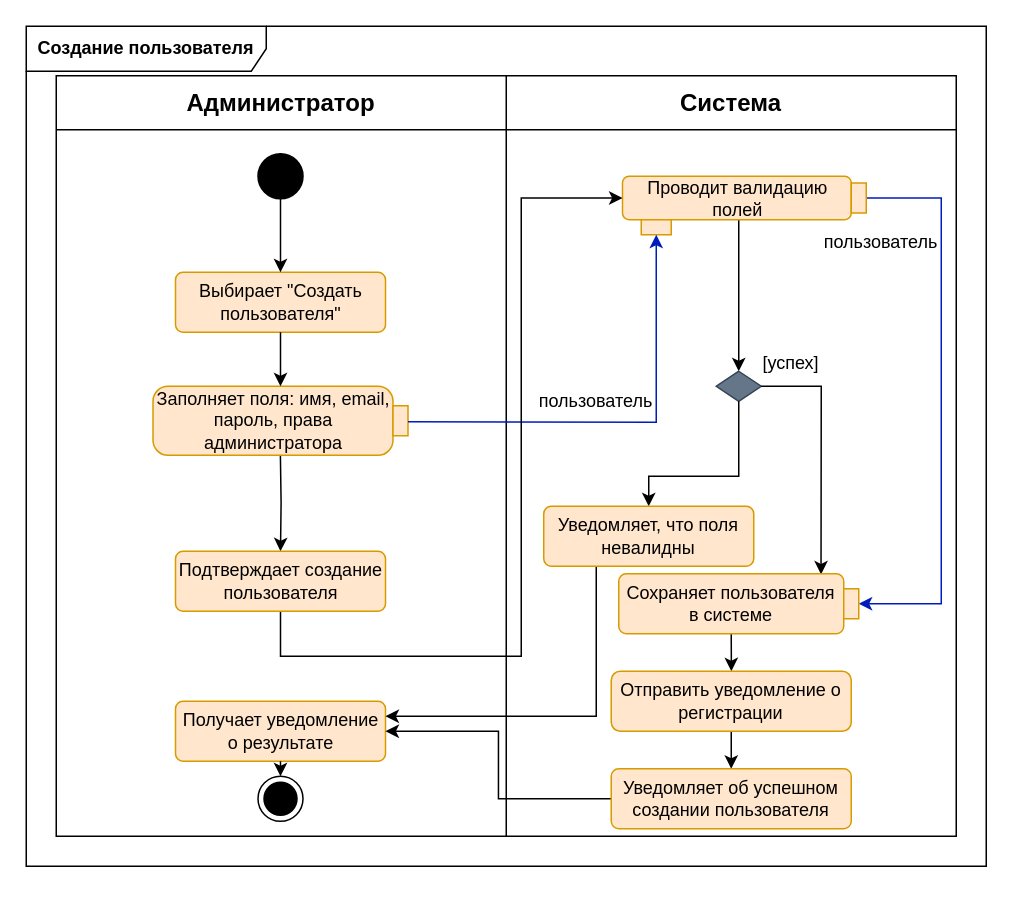
The draw.io diagram docs/raw_diagrams/create_user.drawio in aVorotnikov/thunder_board, before the edit. Source tidied: cells renumbered, new cells numbered last; positions are measured from the earlier drawing's top-left corner, leaving out a move shared by most shapes. Both pictures are drawn from the tidied source at 150%, with x=0, y=0 at pixel (26, 26).
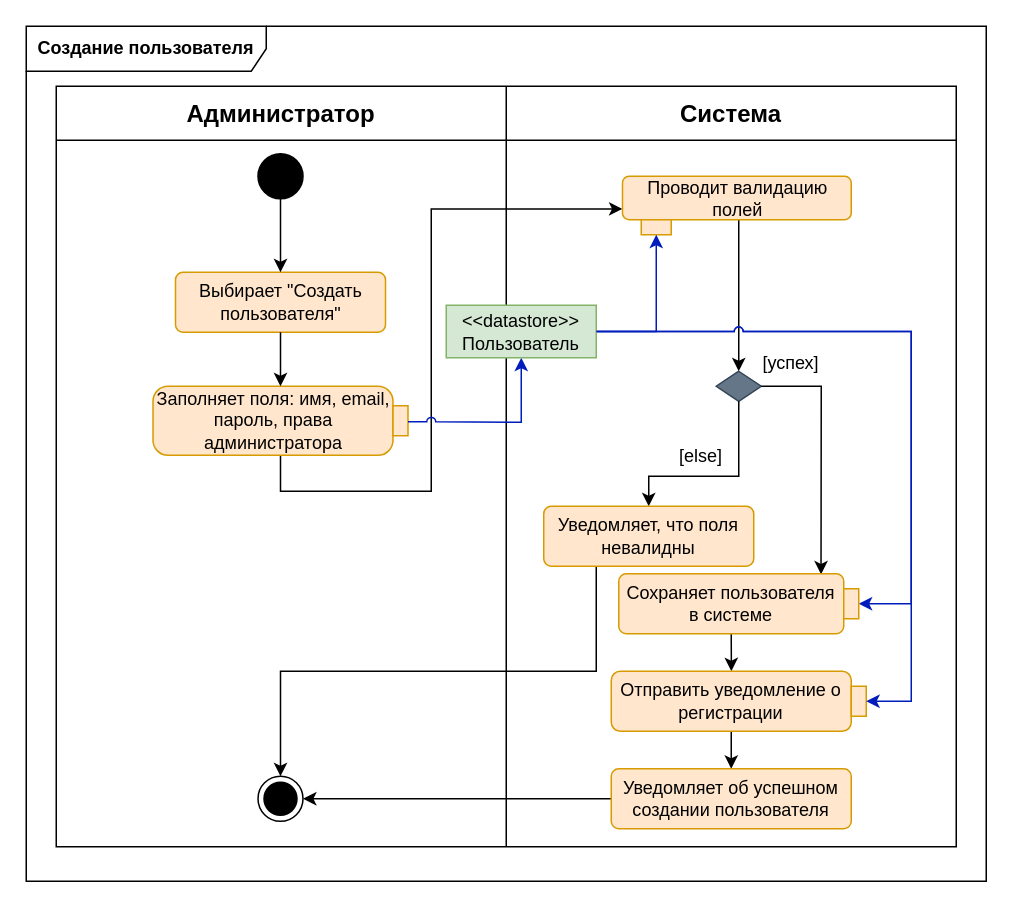
The same page after the edit.

Unchanged cells that the change refers to:
```xml
<mxCell id="11" style="ellipse;html=1;shape=endState;fillColor=strokeColor;" parent="2" vertex="1">
  <mxGeometry x="154.5" y="500" width="30" height="30" as="geometry" />
</mxCell>
<mxCell id="13" value="Заполняет поля: имя, email, пароль, права администратора" style="shape=mxgraph.uml25.action;html=1;align=center;verticalAlign=middle;absoluteArcSize=1;arcSize=10;dashed=0;spacingRight=10;whiteSpace=wrap;fillColor=#ffe6cc;strokeColor=#d79b00;" parent="2" vertex="1">
  <mxGeometry x="84.5" y="240" width="170" height="46" as="geometry" />
</mxCell>
<mxCell id="15" value="Проводит валидацию полей " style="rounded=1;whiteSpace=wrap;html=1;fillColor=#ffe6cc;strokeColor=#d79b00;" parent="2" vertex="1">
  <mxGeometry x="397.5" y="100" width="152.5" height="29" as="geometry" />
</mxCell>
<mxCell id="16" style="rounded=0;whiteSpace=wrap;html=1;fillColor=#ffe6cc;strokeColor=#d79b00;" parent="2" vertex="1">
  <mxGeometry x="410" y="129" width="20" height="10" as="geometry" />
</mxCell>
<mxCell id="37" value="Уведомляет, что поля невалидны" style="html=1;align=center;verticalAlign=middle;rounded=1;absoluteArcSize=1;arcSize=10;dashed=0;whiteSpace=wrap;fillColor=#ffe6cc;strokeColor=#d79b00;" parent="2" vertex="1">
  <mxGeometry x="345" y="320" width="140" height="40" as="geometry" />
</mxCell>
<mxCell id="40" value="Уведомляет об успешном создании пользователя" style="html=1;align=center;verticalAlign=middle;rounded=1;absoluteArcSize=1;arcSize=10;dashed=0;whiteSpace=wrap;fillColor=#ffe6cc;strokeColor=#d79b00;" parent="2" vertex="1">
  <mxGeometry x="390" y="495" width="160" height="40" as="geometry" />
</mxCell>
<mxCell id="41" style="rounded=0;whiteSpace=wrap;html=1;fillColor=#ffe6cc;strokeColor=#d79b00;rotation=-90;" parent="2" vertex="1">
  <mxGeometry x="540" y="380" width="20" height="10" as="geometry" />
</mxCell>
```

Change to the diagram source:
```diff
@@
     <mxCell id="2" value="&lt;b&gt;Создание пользователя&lt;br&gt;&lt;/b&gt;" style="shape=umlFrame;whiteSpace=wrap;html=1;width=160;" parent="1" vertex="1">
-      <mxGeometry width="640" height="560" as="geometry" />
+      <mxGeometry width="640" height="570" as="geometry" />
     </mxCell>
     <mxCell id="3" style="shape=table;startSize=0;childLayout=tableLayout;fontSize=16;" parent="2" vertex="1">
-      <mxGeometry x="20" y="33" width="600" height="507" as="geometry" />
+      <mxGeometry x="20" y="40" width="600" height="507" as="geometry" />
     </mxCell>
@@
-    <mxCell id="12" style="edgeStyle=orthogonalEdgeStyle;rounded=0;jettySize=auto;html=1;entryX=0.5;entryY=0;entryDx=0;entryDy=0;" parent="2" edge="1" target="33">
-      <mxGeometry relative="1" as="geometry">
-        <mxPoint x="169.4" y="284.2" as="sourcePoint" />
-      </mxGeometry>
-    </mxCell>
+    <mxCell id="42" style="edgeStyle=orthogonalEdgeStyle;rounded=0;jettySize=auto;html=1;entryX=0;entryY=0.75;entryDx=0;entryDy=0;" parent="2" edge="1" source="13" target="15">
+      <mxGeometry relative="1" as="geometry">
+        <Array as="points">
+          <mxPoint x="170" y="310" />
+          <mxPoint x="270" y="310" />
+          <mxPoint x="270" y="122" />
+        </Array>
+      </mxGeometry>
+    </mxCell>
@@
-    <mxCell id="17" style="endArrow=classic;html=1;rounded=0;entryX=0.5;entryY=1;entryDx=0;entryDy=0;exitX=1;exitY=0.514;exitDx=0;exitDy=0;exitPerimeter=0;fillColor=#0050ef;strokeColor=#001DBC;" parent="2" edge="1" source="13" target="16">
+    <mxCell id="17" style="endArrow=classic;html=1;rounded=0;entryX=0.5;entryY=1;entryDx=0;entryDy=0;exitX=1;exitY=0.514;exitDx=0;exitDy=0;exitPerimeter=0;fillColor=#0050ef;strokeColor=#001DBC;jumpStyle=arc;" parent="2" edge="1" source="13" target="45">
       <mxGeometry relative="1" as="geometry">
         <Array as="points">
-          <mxPoint x="420" y="264" />
+          <mxPoint x="330" y="264" />
         </Array>
       </mxGeometry>
     </mxCell>
@@
-    <mxCell id="25" value="пользователь" style="text;html=1;strokeColor=none;fillColor=none;align=center;verticalAlign=middle;whiteSpace=wrap;rounded=0;" parent="2" vertex="1">
-      <mxGeometry x="350" y="235" width="60" height="30" as="geometry" />
-    </mxCell>
-    <mxCell id="26" style="edgeStyle=orthogonalEdgeStyle;rounded=0;jettySize=auto;html=1;entryX=0.5;entryY=1;entryDx=0;entryDy=0;fillColor=#0050ef;strokeColor=#001DBC;" parent="2" edge="1" source="27" target="41">
+    <mxCell id="26" style="edgeStyle=orthogonalEdgeStyle;rounded=0;jettySize=auto;html=1;entryX=0.5;entryY=1;entryDx=0;entryDy=0;fillColor=#0050ef;strokeColor=#001DBC;exitX=1;exitY=0.5;exitDx=0;exitDy=0;jumpStyle=arc;" parent="2" edge="1" source="45" target="41">
       <mxGeometry relative="1" as="geometry">
         <Array as="points">
-          <mxPoint x="610" y="114" />
-          <mxPoint x="610" y="385" />
+          <mxPoint x="590" y="203" />
+          <mxPoint x="590" y="385" />
         </Array>
       </mxGeometry>
     </mxCell>
-    <mxCell id="27" style="rounded=0;whiteSpace=wrap;html=1;fillColor=#ffe6cc;strokeColor=#d79b00;rotation=-90;" parent="2" vertex="1">
-      <mxGeometry x="545" y="109.5" width="20" height="10" as="geometry" />
-    </mxCell>
-    <mxCell id="28" value="пользователь" style="text;html=1;strokeColor=none;fillColor=none;align=center;verticalAlign=middle;whiteSpace=wrap;rounded=0;" parent="2" vertex="1">
-      <mxGeometry x="540" y="129" width="60" height="30" as="geometry" />
-    </mxCell>
@@
-    <mxCell id="32" style="edgeStyle=orthogonalEdgeStyle;rounded=0;jettySize=auto;html=1;entryX=0;entryY=0.5;entryDx=0;entryDy=0;" parent="2" edge="1" source="33" target="15">
-      <mxGeometry relative="1" as="geometry">
-        <Array as="points">
-          <mxPoint x="330" y="420" />
-          <mxPoint x="330" y="115" />
-          <mxPoint x="398" y="115" />
-        </Array>
-      </mxGeometry>
-    </mxCell>
-    <mxCell id="33" value="Подтверждает создание пользователя" style="html=1;align=center;verticalAlign=middle;rounded=1;absoluteArcSize=1;arcSize=10;dashed=0;whiteSpace=wrap;fillColor=#ffe6cc;strokeColor=#d79b00;" parent="2" vertex="1">
-      <mxGeometry x="99.5" y="350" width="140" height="40" as="geometry" />
-    </mxCell>
-    <mxCell id="34" value="Получает уведомление о результате" style="html=1;align=center;verticalAlign=middle;rounded=1;absoluteArcSize=1;arcSize=10;dashed=0;whiteSpace=wrap;fillColor=#ffe6cc;strokeColor=#d79b00;" parent="2" vertex="1">
-      <mxGeometry x="99.5" y="450" width="140" height="40" as="geometry" />
-    </mxCell>
-    <mxCell id="35" style="endArrow=classic;html=1;rounded=0;exitX=0.5;exitY=1;exitDx=0;exitDy=0;entryX=0.5;entryY=0;entryDx=0;entryDy=0;" parent="2" edge="1" source="34" target="11">
-      <mxGeometry relative="1" as="geometry" />
-    </mxCell>
-    <mxCell id="36" style="edgeStyle=orthogonalEdgeStyle;rounded=0;jettySize=auto;html=1;exitX=0.25;exitY=1;exitDx=0;exitDy=0;entryX=1;entryY=0.25;entryDx=0;entryDy=0;" parent="2" edge="1" source="37" target="34">
+    <mxCell id="36" style="edgeStyle=orthogonalEdgeStyle;rounded=0;jettySize=auto;html=1;exitX=0.25;exitY=1;exitDx=0;exitDy=0;entryX=0.5;entryY=0;entryDx=0;entryDy=0;" parent="2" edge="1" source="37" target="11">
       <mxGeometry relative="1" as="geometry" />
     </mxCell>
@@
-    <mxCell id="39" style="edgeStyle=orthogonalEdgeStyle;rounded=0;jettySize=auto;html=1;entryX=1;entryY=0.5;entryDx=0;entryDy=0;" parent="2" edge="1" source="40" target="34">
+    <mxCell id="39" style="edgeStyle=orthogonalEdgeStyle;rounded=0;jettySize=auto;html=1;entryX=1;entryY=0.5;entryDx=0;entryDy=0;" parent="2" edge="1" source="40" target="11">
       <mxGeometry relative="1" as="geometry" />
     </mxCell>
@@
+    <mxCell id="43" value="[else]" style="text;html=1;strokeColor=none;fillColor=none;align=center;verticalAlign=middle;whiteSpace=wrap;rounded=0;" parent="2" vertex="1">
+      <mxGeometry x="420" y="271.5" width="60" height="30" as="geometry" />
+    </mxCell>
+    <mxCell id="44" style="edgeStyle=orthogonalEdgeStyle;rounded=0;jettySize=auto;html=1;entryX=0.5;entryY=1;entryDx=0;entryDy=0;fillColor=#0050ef;strokeColor=#001DBC;" parent="2" edge="1" source="45" target="16">
+      <mxGeometry relative="1" as="geometry" />
+    </mxCell>
+    <mxCell id="45" value="&lt;div&gt;&amp;lt;&amp;lt;datastore&amp;gt;&amp;gt;&lt;/div&gt;&lt;div&gt;Пользователь&lt;br&gt;&lt;/div&gt;" style="rounded=0;whiteSpace=wrap;html=1;fillColor=#d5e8d4;strokeColor=#82b366;" parent="2" vertex="1">
+      <mxGeometry x="280" y="186" width="100" height="35" as="geometry" />
+    </mxCell>
+    <mxCell id="46" style="rounded=0;whiteSpace=wrap;html=1;fillColor=#ffe6cc;strokeColor=#d79b00;rotation=-90;" parent="2" vertex="1">
+      <mxGeometry x="545" y="445" width="20" height="10" as="geometry" />
+    </mxCell>
+    <mxCell id="47" style="edgeStyle=orthogonalEdgeStyle;rounded=0;jettySize=auto;html=1;entryX=0.5;entryY=1;entryDx=0;entryDy=0;fillColor=#0050ef;strokeColor=#001DBC;jumpStyle=arc;" parent="2" edge="1" source="45" target="46">
+      <mxGeometry relative="1" as="geometry">
+        <Array as="points">
+          <mxPoint x="590" y="203" />
+          <mxPoint x="590" y="450" />
+        </Array>
+      </mxGeometry>
+    </mxCell>
```
